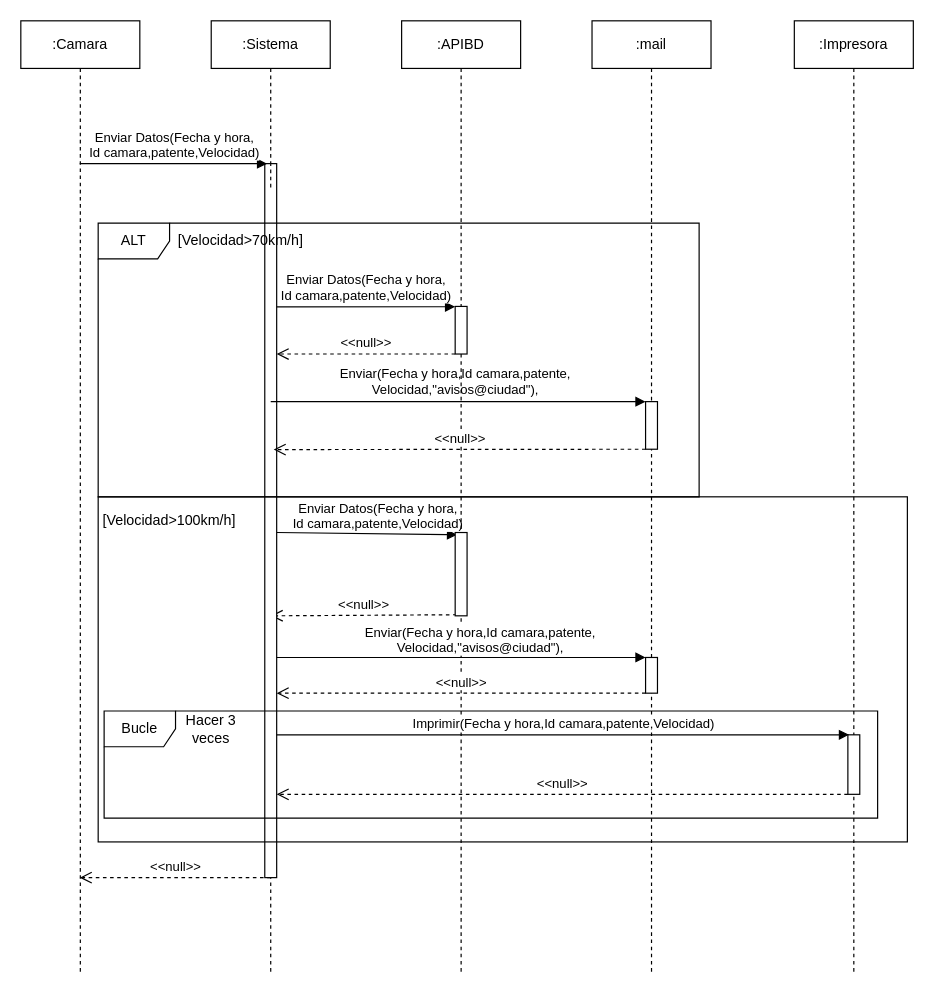
ValentinG02/izo-isw1-tpds keeps this draw.io diagram as diagrama/izo-isw1-tpds.drawio. Above is the earlier version. Source tidied: cells renumbered, new cells numbered last; positions are measured from the earlier drawing's top-left corner, leaving out a move shared by most shapes. Both pictures are drawn from the tidied source at 119%, with x=0, y=0 at pixel (20, 20).
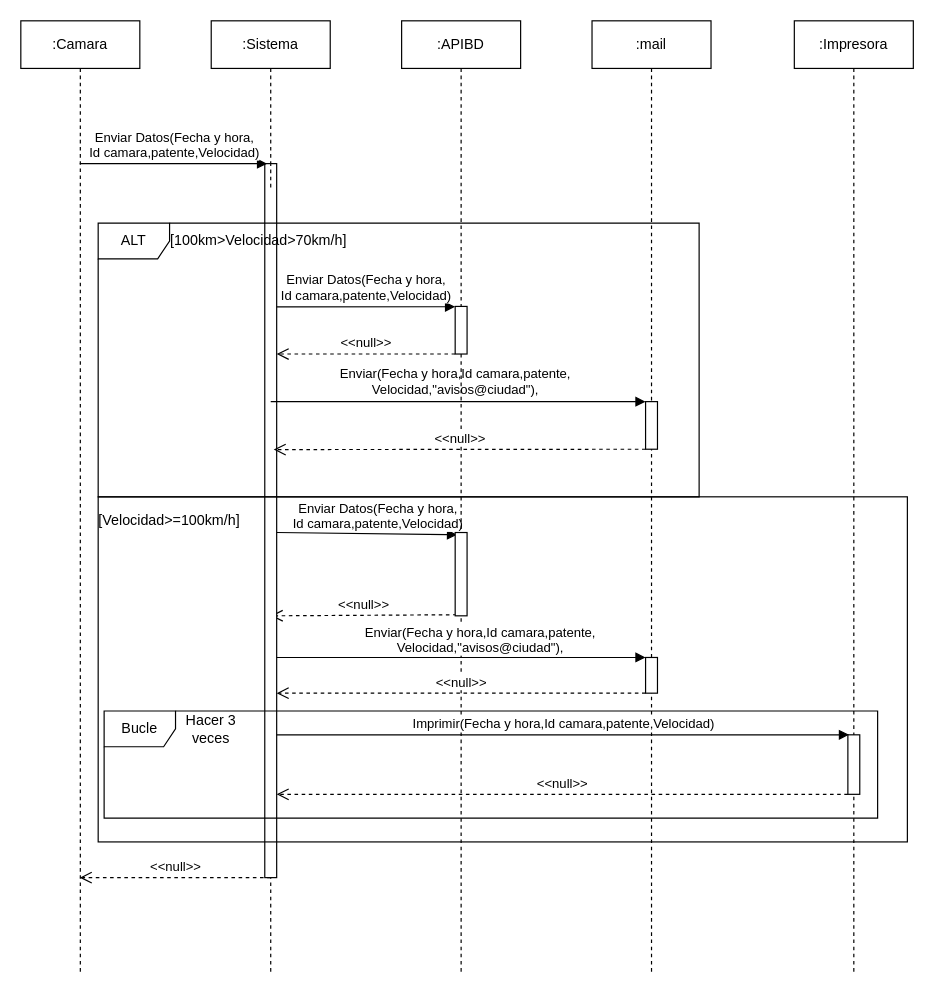
Above is the later version.

Diff of the diagram source:
```diff
@@
-    <mxCell id="16" value="[Velocidad&amp;gt;70km/h]" style="text;html=1;strokeColor=none;fillColor=none;align=center;verticalAlign=middle;whiteSpace=wrap;rounded=0;" parent="1" vertex="1">
-      <mxGeometry x="155" y="170" width="60" height="30" as="geometry" />
+    <mxCell id="16" value="[100km&amp;gt;Velocidad&amp;gt;70km/h]" style="text;html=1;strokeColor=none;fillColor=none;align=center;verticalAlign=middle;whiteSpace=wrap;rounded=0;" parent="1" vertex="1">
+      <mxGeometry x="170" y="170" width="60" height="30" as="geometry" />
     </mxCell>
@@
-    <mxCell id="22" value="[Velocidad&amp;gt;100km/h]" style="text;html=1;strokeColor=none;fillColor=none;align=center;verticalAlign=middle;whiteSpace=wrap;rounded=0;" parent="1" vertex="1">
+    <mxCell id="22" value="[Velocidad&amp;gt;=100km/h]" style="text;html=1;strokeColor=none;fillColor=none;align=center;verticalAlign=middle;whiteSpace=wrap;rounded=0;" parent="1" vertex="1">
       <mxGeometry x="95" y="405" width="60" height="30" as="geometry" />
     </mxCell>
```
